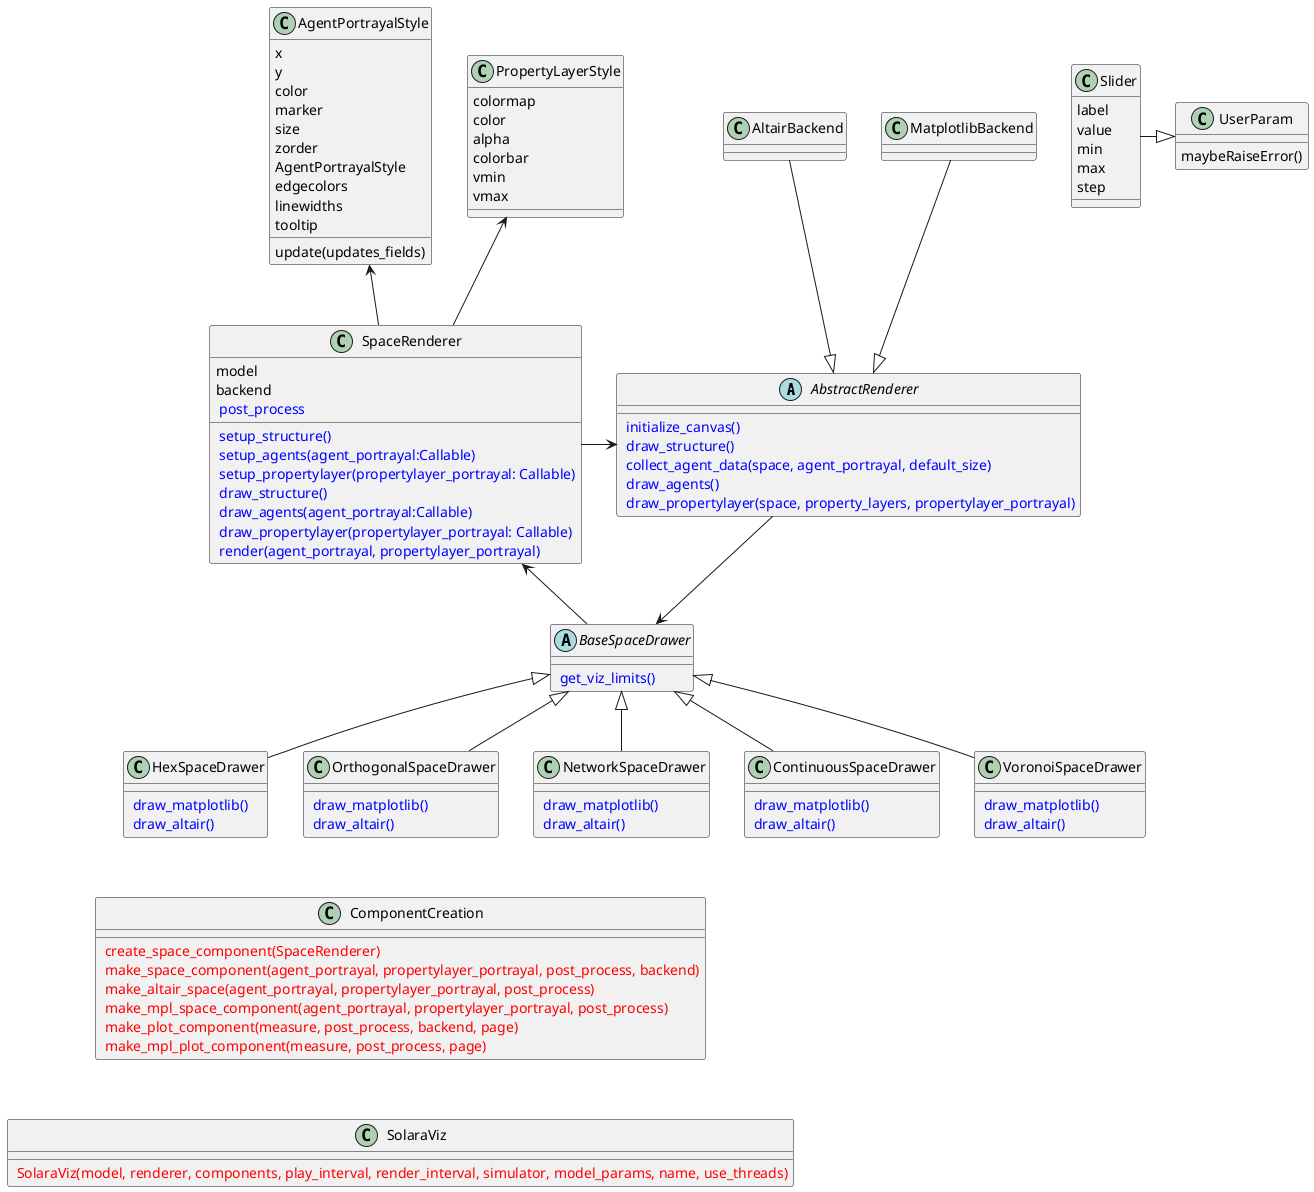
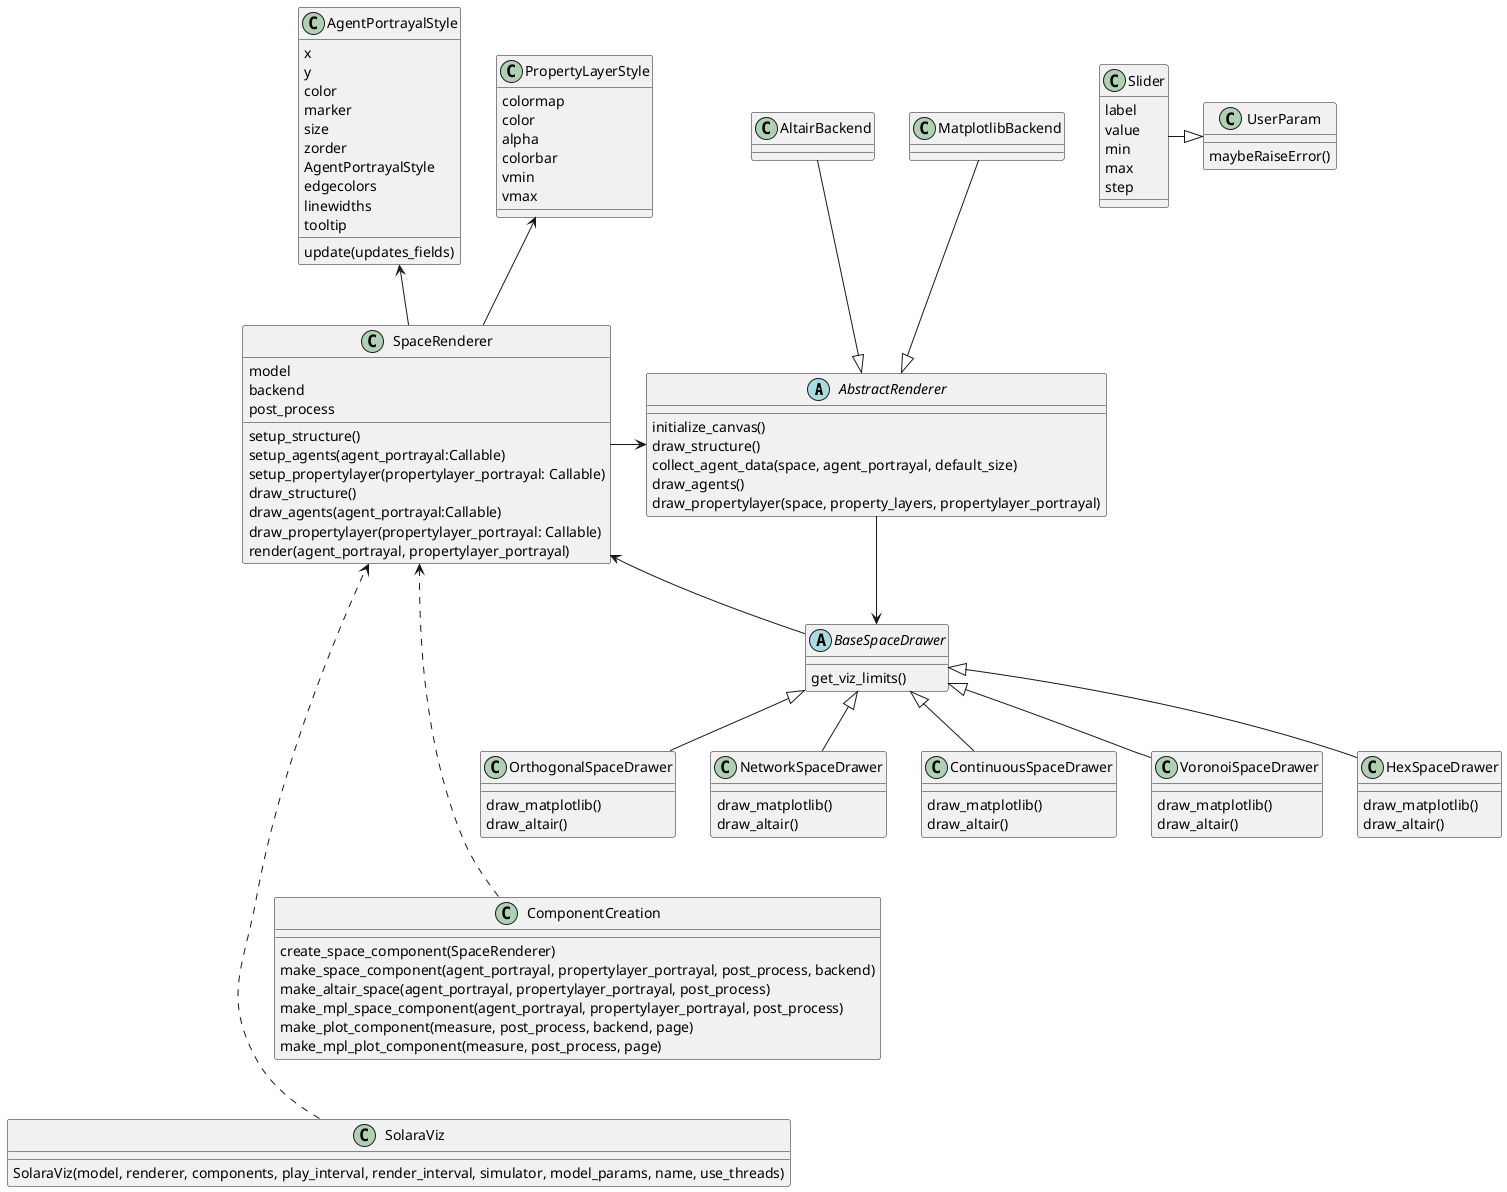
@startuml

abstract class AbstractRenderer
- AbstractRenderer : <color:blue> initialize_canvas()
- AbstractRenderer : <color:blue> draw_structure()
- AbstractRenderer : <color:blue> collect_agent_data(space, agent_portrayal, default_size)
- AbstractRenderer : <color:blue> draw_agents()
- AbstractRenderer : <color:blue> draw_propertylayer(space, property_layers, propertylayer_portrayal)
+ AbstractRenderer : initialize_canvas()
+ AbstractRenderer : draw_structure()
+ AbstractRenderer : collect_agent_data(space, agent_portrayal, default_size)
+ AbstractRenderer : draw_agents()
+ AbstractRenderer : draw_propertylayer(space, property_layers, propertylayer_portrayal)


class AltairBackend

class MatplotlibBackend

AltairBackend --|> AbstractRenderer
MatplotlibBackend --|> AbstractRenderer

class AgentPortrayalStyle
AgentPortrayalStyle : x
AgentPortrayalStyle : y
AgentPortrayalStyle : color
AgentPortrayalStyle : marker
AgentPortrayalStyle : size
AgentPortrayalStyle : zorder
AgentPortrayalStyle : AgentPortrayalStyle
AgentPortrayalStyle : edgecolors
AgentPortrayalStyle : linewidths
AgentPortrayalStyle : tooltip
AgentPortrayalStyle : update(updates_fields)

class PropertyLayerStyle
PropertyLayerStyle : colormap
PropertyLayerStyle : color
PropertyLayerStyle : alpha
PropertyLayerStyle : colorbar
PropertyLayerStyle : vmin
PropertyLayerStyle : vmax

AgentPortrayalStyle <-- SpaceRenderer
PropertyLayerStyle <-- SpaceRenderer

abstract class BaseSpaceDrawer
- BaseSpaceDrawer : <color:blue> get_viz_limits()
+ BaseSpaceDrawer : get_viz_limits()

AbstractRenderer --> BaseSpaceDrawer

class HexSpaceDrawer
class OrthogonalSpaceDrawer
class NetworkSpaceDrawer
class ContinuousSpaceDrawer
class VoronoiSpaceDrawer

- HexSpaceDrawer : <color:blue> draw_matplotlib()
- HexSpaceDrawer : <color:blue> draw_altair()
- OrthogonalSpaceDrawer : <color:blue> draw_matplotlib()
- OrthogonalSpaceDrawer : <color:blue> draw_altair()
- NetworkSpaceDrawer : <color:blue> draw_matplotlib()
- NetworkSpaceDrawer : <color:blue> draw_altair()
- ContinuousSpaceDrawer : <color:blue> draw_matplotlib()
- ContinuousSpaceDrawer : <color:blue> draw_altair()
- VoronoiSpaceDrawer : <color:blue> draw_matplotlib()
- VoronoiSpaceDrawer : <color:blue> draw_altair()
+ HexSpaceDrawer : draw_matplotlib()
+ HexSpaceDrawer : draw_altair()
+ OrthogonalSpaceDrawer : draw_matplotlib()
+ OrthogonalSpaceDrawer : draw_altair()
+ NetworkSpaceDrawer : draw_matplotlib()
+ NetworkSpaceDrawer : draw_altair()
+ ContinuousSpaceDrawer : draw_matplotlib()
+ ContinuousSpaceDrawer : draw_altair()
+ VoronoiSpaceDrawer : draw_matplotlib()
+ VoronoiSpaceDrawer : draw_altair()

BaseSpaceDrawer <|-- HexSpaceDrawer
BaseSpaceDrawer <|-- OrthogonalSpaceDrawer
BaseSpaceDrawer <|-- NetworkSpaceDrawer
BaseSpaceDrawer <|-- ContinuousSpaceDrawer
BaseSpaceDrawer <|-- VoronoiSpaceDrawer

class SpaceRenderer
SpaceRenderer : model
SpaceRenderer : backend
- SpaceRenderer : <color:blue> setup_structure()
- SpaceRenderer : <color:blue> setup_agents(agent_portrayal:Callable)
- SpaceRenderer : <color:blue> setup_propertylayer(propertylayer_portrayal: Callable)
- SpaceRenderer : <color:blue> draw_structure()
- SpaceRenderer : <color:blue> draw_agents(agent_portrayal:Callable)
- SpaceRenderer : <color:blue> draw_propertylayer(propertylayer_portrayal: Callable)
- SpaceRenderer : <color:blue> render(agent_portrayal, propertylayer_portrayal)
- SpaceRenderer : <color:blue> post_process
+ SpaceRenderer : setup_structure()
+ SpaceRenderer : setup_agents(agent_portrayal:Callable)
+ SpaceRenderer : setup_propertylayer(propertylayer_portrayal: Callable)
+ SpaceRenderer : draw_structure()
+ SpaceRenderer : draw_agents(agent_portrayal:Callable)
+ SpaceRenderer : draw_propertylayer(propertylayer_portrayal: Callable)
+ SpaceRenderer : render(agent_portrayal, propertylayer_portrayal)
+ SpaceRenderer : post_process

SpaceRenderer -> AbstractRenderer
BaseSpaceDrawer --> SpaceRenderer


class UserParam
UserParam : maybeRaiseError()

class Slider
Slider : label
Slider : value
Slider : min
Slider : max
Slider : step

Slider -|> UserParam


class ComponentCreation
- ComponentCreation : <color:red> create_space_component(SpaceRenderer)
- ComponentCreation : <color:red> make_space_component(agent_portrayal, propertylayer_portrayal, post_process, backend)
- ComponentCreation : <color:red> make_altair_space(agent_portrayal, propertylayer_portrayal, post_process)
- ComponentCreation : <color:red> make_mpl_space_component(agent_portrayal, propertylayer_portrayal, post_process)
- ComponentCreation : <color:red> make_plot_component(measure, post_process, backend, page)
- ComponentCreation : <color:red> make_mpl_plot_component(measure, post_process, page)
+ ComponentCreation : create_space_component(SpaceRenderer)
+ ComponentCreation : make_space_component(agent_portrayal, propertylayer_portrayal, post_process, backend)
+ ComponentCreation : make_altair_space(agent_portrayal, propertylayer_portrayal, post_process)
+ ComponentCreation : make_mpl_space_component(agent_portrayal, propertylayer_portrayal, post_process)
+ ComponentCreation : make_plot_component(measure, post_process, backend, page)
+ ComponentCreation : make_mpl_plot_component(measure, post_process, page)

OrthogonalSpaceDrawer -[hidden]-> ComponentCreation
ComponentCreation -[hidden]-> SolaraViz

+ ComponentCreation .> SpaceRenderer
+ 
class SolaraViz
- SolaraViz : <color:red> SolaraViz(model, renderer, components, play_interval, render_interval, simulator, model_params, name, use_threads)
+ SolaraViz : SolaraViz(model, renderer, components, play_interval, render_interval, simulator, model_params, name, use_threads)

+ SolaraViz .> SpaceRenderer

@enduml